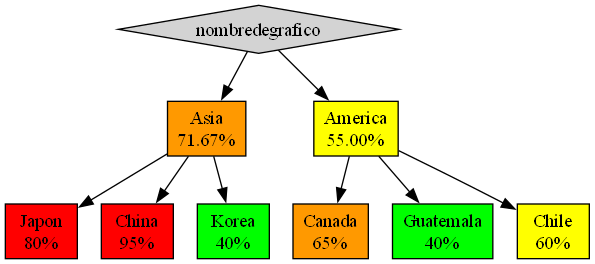
Before: Proyecto1/grafo.png, a diagram exported from Graphviz (Brandon22023/-LFP-2S24Proyectos_202300813). Its source is kept beside it as Proyecto1/grafo.dot.
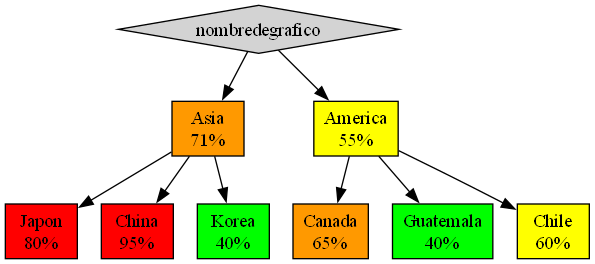
After the commit.

The edit, as a diff of the source:
```diff
@@ -1,8 +1,8 @@
 digraph Grafo {
 node [shape=box, style=filled];
 n0 [label= "nombredegrafico", shape=diamond];
-n1 [label="Asia\n71.67%", fillcolor="#FF9900"];
-n2 [label="America\n55.00%", fillcolor="#FFFF00"];
+n1 [label="Asia\n71%", fillcolor="#FF9900"];
+n2 [label="America\n55%", fillcolor="#FFFF00"];
 n3 [label="Japon\n80%", fillcolor="#FF0000"];
 n4 [label="China\n95%", fillcolor="#FF0000"];
 n5 [label="Korea\n40%", fillcolor="#00FF00"];
```
